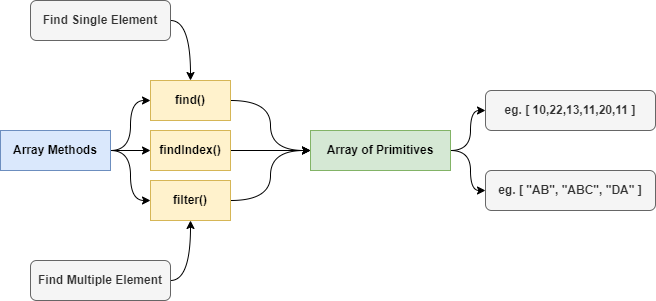
This is assets/Array-Methods-Find.png from Cryptolibertarian-id/Mastering-Typescript, a draw.io export, as it was before one commit. Source tidied: cells renumbered, new cells last; positions are measured from the earlier drawing's top-left corner, leaving out a move shared by most shapes.
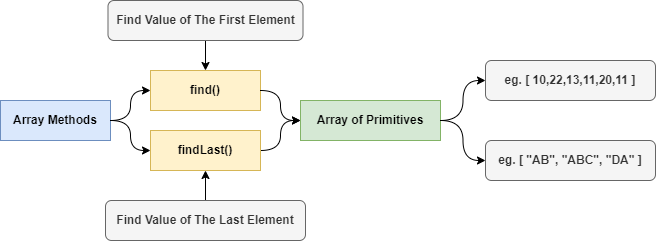
The same file after the commit.

Change to the diagram source:
```diff
@@ -2,62 +2,56 @@
   <root>
     <mxCell id="0" />
     <mxCell id="1" parent="0" />
-    <mxCell id="2" style="edgeStyle=orthogonalEdgeStyle;curved=1;jettySize=auto;html=1;exitX=1;exitY=0.5;exitDx=0;exitDy=0;entryX=0;entryY=0.5;entryDx=0;entryDy=0;" parent="1" edge="1" source="5" target="7">
-      <mxGeometry relative="1" as="geometry" />
+    <mxCell id="2" style="group;" parent="1" vertex="1">
+      <mxGeometry x="20" y="-970" width="655" height="240" as="geometry" />
     </mxCell>
-    <mxCell id="3" style="edgeStyle=orthogonalEdgeStyle;curved=1;jettySize=auto;html=1;exitX=1;exitY=0.5;exitDx=0;exitDy=0;entryX=0;entryY=0.5;entryDx=0;entryDy=0;" parent="1" edge="1" source="5" target="15">
-      <mxGeometry relative="1" as="geometry" />
+    <mxCell id="3" value="&lt;b&gt;Array Methods&lt;/b&gt;" style="rounded=0;whiteSpace=wrap;html=1;fillColor=#dae8fc;strokeColor=#6c8ebf;" parent="2" vertex="1">
+      <mxGeometry y="100" width="110" height="40" as="geometry" />
     </mxCell>
-    <mxCell id="4" style="edgeStyle=orthogonalEdgeStyle;curved=1;jettySize=auto;html=1;exitX=1;exitY=0.5;exitDx=0;exitDy=0;" parent="1" edge="1" source="5" target="9">
-      <mxGeometry relative="1" as="geometry" />
+    <mxCell id="4" value="&lt;b&gt;find()&lt;/b&gt;" style="rounded=0;whiteSpace=wrap;html=1;fillColor=#fff2cc;strokeColor=#d6b656;" parent="2" vertex="1">
+      <mxGeometry x="150" y="70" width="110" height="40" as="geometry" />
     </mxCell>
-    <mxCell id="5" value="&lt;b&gt;Array Methods&lt;/b&gt;" style="rounded=0;whiteSpace=wrap;html=1;fillColor=#dae8fc;strokeColor=#6c8ebf;" parent="1" vertex="1">
-      <mxGeometry y="130" width="110" height="40" as="geometry" />
+    <mxCell id="5" style="edgeStyle=orthogonalEdgeStyle;curved=1;jettySize=auto;html=1;exitX=1;exitY=0.5;exitDx=0;exitDy=0;entryX=0;entryY=0.5;entryDx=0;entryDy=0;" parent="2" edge="1" source="3" target="4">
+      <mxGeometry relative="1" as="geometry" />
     </mxCell>
-    <mxCell id="6" style="edgeStyle=orthogonalEdgeStyle;curved=1;jettySize=auto;html=1;exitX=1;exitY=0.5;exitDx=0;exitDy=0;entryX=0;entryY=0.5;entryDx=0;entryDy=0;" parent="1" edge="1" source="7" target="12">
-      <mxGeometry relative="1" as="geometry" />
+    <mxCell id="6" value="&lt;b&gt;Array of Primitives&lt;/b&gt;" style="rounded=0;whiteSpace=wrap;html=1;fillColor=#d5e8d4;strokeColor=#82b366;" parent="2" vertex="1">
+      <mxGeometry x="300" y="100" width="140" height="40" as="geometry" />
     </mxCell>
-    <mxCell id="7" value="&lt;b&gt;find()&lt;/b&gt;" style="rounded=0;whiteSpace=wrap;html=1;fillColor=#fff2cc;strokeColor=#d6b656;" parent="1" vertex="1">
-      <mxGeometry x="150" y="80" width="80" height="40" as="geometry" />
+    <mxCell id="7" style="edgeStyle=orthogonalEdgeStyle;curved=1;jettySize=auto;html=1;exitX=1;exitY=0.5;exitDx=0;exitDy=0;entryX=0;entryY=0.5;entryDx=0;entryDy=0;" parent="2" edge="1" source="4" target="6">
+      <mxGeometry relative="1" as="geometry" />
     </mxCell>
-    <mxCell id="8" style="edgeStyle=orthogonalEdgeStyle;curved=1;jettySize=auto;html=1;exitX=1;exitY=0.5;exitDx=0;exitDy=0;" parent="1" edge="1" source="9" target="12">
-      <mxGeometry relative="1" as="geometry" />
+    <mxCell id="8" value="&lt;b&gt;eg. [ 10,22,13,11,20,11 ]&lt;/b&gt;" style="rounded=1;whiteSpace=wrap;html=1;fillColor=#f5f5f5;strokeColor=#666666;fontColor=#333333;" parent="2" vertex="1">
+      <mxGeometry x="485" y="60" width="170" height="40" as="geometry" />
     </mxCell>
-    <mxCell id="9" value="&lt;b&gt;findIndex()&lt;/b&gt;" style="rounded=0;whiteSpace=wrap;html=1;fillColor=#fff2cc;strokeColor=#d6b656;" parent="1" vertex="1">
-      <mxGeometry x="150" y="130" width="80" height="40" as="geometry" />
+    <mxCell id="9" style="edgeStyle=orthogonalEdgeStyle;curved=1;jettySize=auto;html=1;exitX=1;exitY=0.5;exitDx=0;exitDy=0;entryX=0;entryY=0.5;entryDx=0;entryDy=0;" parent="2" edge="1" source="6" target="8">
+      <mxGeometry relative="1" as="geometry" />
     </mxCell>
-    <mxCell id="10" style="edgeStyle=orthogonalEdgeStyle;curved=1;jettySize=auto;html=1;exitX=1;exitY=0.5;exitDx=0;exitDy=0;entryX=0;entryY=0.5;entryDx=0;entryDy=0;" parent="1" edge="1" source="12" target="13">
+    <mxCell id="10" style="edgeStyle=orthogonalEdgeStyle;curved=1;jettySize=auto;html=1;exitX=1;exitY=0.5;exitDx=0;exitDy=0;entryX=0;entryY=0.5;entryDx=0;entryDy=0;" parent="2" edge="1" source="11" target="6">
       <mxGeometry relative="1" as="geometry" />
     </mxCell>
-    <mxCell id="11" style="edgeStyle=orthogonalEdgeStyle;curved=1;jettySize=auto;html=1;exitX=1;exitY=0.5;exitDx=0;exitDy=0;" parent="1" edge="1" source="12" target="20">
-      <mxGeometry relative="1" as="geometry" />
+    <mxCell id="11" value="&lt;b&gt;findLast()&lt;/b&gt;" style="rounded=0;whiteSpace=wrap;html=1;fillColor=#fff2cc;strokeColor=#d6b656;" parent="2" vertex="1">
+      <mxGeometry x="150" y="130" width="110" height="40" as="geometry" />
     </mxCell>
-    <mxCell id="12" value="&lt;b&gt;Array of Primitives&lt;/b&gt;" style="rounded=0;whiteSpace=wrap;html=1;fillColor=#d5e8d4;strokeColor=#82b366;" parent="1" vertex="1">
-      <mxGeometry x="310" y="130" width="140" height="40" as="geometry" />
+    <mxCell id="12" style="edgeStyle=orthogonalEdgeStyle;curved=1;jettySize=auto;html=1;exitX=1;exitY=0.5;exitDx=0;exitDy=0;entryX=0;entryY=0.5;entryDx=0;entryDy=0;" parent="2" edge="1" source="3" target="11">
+      <mxGeometry relative="1" as="geometry" />
     </mxCell>
-    <mxCell id="13" value="&lt;b&gt;eg. [ 10,22,13,11,20,11 ]&lt;/b&gt;" style="rounded=1;whiteSpace=wrap;html=1;fillColor=#f5f5f5;strokeColor=#666666;fontColor=#333333;" parent="1" vertex="1">
-      <mxGeometry x="485" y="90" width="170" height="40" as="geometry" />
+    <mxCell id="13" style="edgeStyle=orthogonalEdgeStyle;curved=1;jettySize=auto;html=1;exitX=0.5;exitY=0;exitDx=0;exitDy=0;" parent="2" edge="1" source="14" target="11">
+      <mxGeometry relative="1" as="geometry" />
     </mxCell>
-    <mxCell id="14" style="edgeStyle=orthogonalEdgeStyle;curved=1;jettySize=auto;html=1;exitX=1;exitY=0.5;exitDx=0;exitDy=0;entryX=0;entryY=0.5;entryDx=0;entryDy=0;" parent="1" edge="1" source="15" target="12">
-      <mxGeometry relative="1" as="geometry" />
+    <mxCell id="14" value="&lt;b&gt;Find Value of The Last Element&lt;/b&gt;" style="rounded=1;whiteSpace=wrap;html=1;fillColor=#f5f5f5;strokeColor=#666666;fontColor=#333333;" parent="2" vertex="1">
+      <mxGeometry x="105" y="200" width="200" height="40" as="geometry" />
     </mxCell>
-    <mxCell id="15" value="&lt;b&gt;filter()&lt;/b&gt;" style="rounded=0;whiteSpace=wrap;html=1;fillColor=#fff2cc;strokeColor=#d6b656;" parent="1" vertex="1">
-      <mxGeometry x="150" y="180" width="80" height="40" as="geometry" />
+    <mxCell id="15" style="edgeStyle=orthogonalEdgeStyle;curved=1;jettySize=auto;html=1;exitX=0.5;exitY=1;exitDx=0;exitDy=0;entryX=0.5;entryY=0;entryDx=0;entryDy=0;" parent="2" edge="1" source="16" target="4">
+      <mxGeometry relative="1" as="geometry" />
     </mxCell>
-    <mxCell id="16" style="edgeStyle=orthogonalEdgeStyle;curved=1;jettySize=auto;html=1;exitX=1;exitY=0.5;exitDx=0;exitDy=0;entryX=0.5;entryY=1;entryDx=0;entryDy=0;" parent="1" edge="1" source="17" target="15">
-      <mxGeometry relative="1" as="geometry" />
+    <mxCell id="16" value="&lt;b&gt;Find Value of The First Element&lt;/b&gt;" style="rounded=1;whiteSpace=wrap;html=1;fillColor=#f5f5f5;strokeColor=#666666;fontColor=#333333;" parent="2" vertex="1">
+      <mxGeometry x="107.5" width="195" height="40" as="geometry" />
     </mxCell>
-    <mxCell id="17" value="&lt;b&gt;Find Multiple Element&lt;/b&gt;" style="rounded=1;whiteSpace=wrap;html=1;fillColor=#f5f5f5;strokeColor=#666666;fontColor=#333333;" parent="1" vertex="1">
-      <mxGeometry x="30" y="260" width="140" height="40" as="geometry" />
+    <mxCell id="17" value="&lt;b&gt;eg. [ &quot;AB&quot;, &quot;ABC&quot;, &quot;DA&quot; ]&lt;/b&gt;" style="rounded=1;whiteSpace=wrap;html=1;fillColor=#f5f5f5;strokeColor=#666666;fontColor=#333333;" parent="2" vertex="1">
+      <mxGeometry x="485" y="140" width="170" height="40" as="geometry" />
     </mxCell>
-    <mxCell id="18" style="edgeStyle=orthogonalEdgeStyle;curved=1;jettySize=auto;html=1;exitX=1;exitY=0.5;exitDx=0;exitDy=0;" parent="1" edge="1" source="19" target="7">
+    <mxCell id="18" style="edgeStyle=orthogonalEdgeStyle;curved=1;jettySize=auto;html=1;exitX=1;exitY=0.5;exitDx=0;exitDy=0;" parent="2" edge="1" source="6" target="17">
       <mxGeometry relative="1" as="geometry" />
     </mxCell>
-    <mxCell id="19" value="&lt;b&gt;Find Single Element&lt;/b&gt;" style="rounded=1;whiteSpace=wrap;html=1;fillColor=#f5f5f5;strokeColor=#666666;fontColor=#333333;" parent="1" vertex="1">
-      <mxGeometry x="30" width="140" height="40" as="geometry" />
-    </mxCell>
-    <mxCell id="20" value="&lt;b&gt;eg. [ &quot;AB&quot;, &quot;ABC&quot;, &quot;DA&quot; ]&lt;/b&gt;" style="rounded=1;whiteSpace=wrap;html=1;fillColor=#f5f5f5;strokeColor=#666666;fontColor=#333333;" parent="1" vertex="1">
-      <mxGeometry x="485" y="170" width="170" height="40" as="geometry" />
-    </mxCell>
   </root>
 </mxGraphModel>
```
